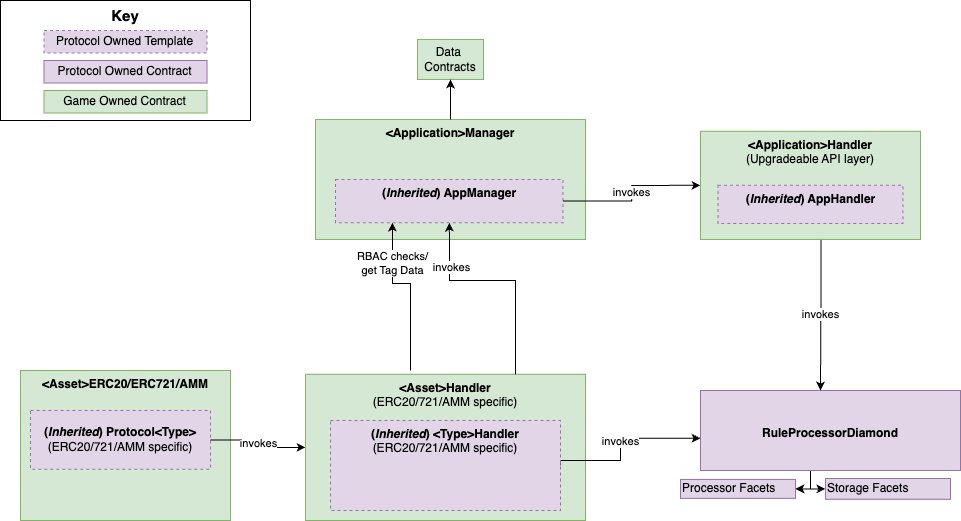
Before: docs/userGuides/images/ExampleDeployment.png, a diagram exported from draw.io (thrackle-io/rules-engine). Source tidied: cells renumbered, new cells last; positions are measured from the earlier drawing's top-left corner, leaving out a move shared by most shapes.
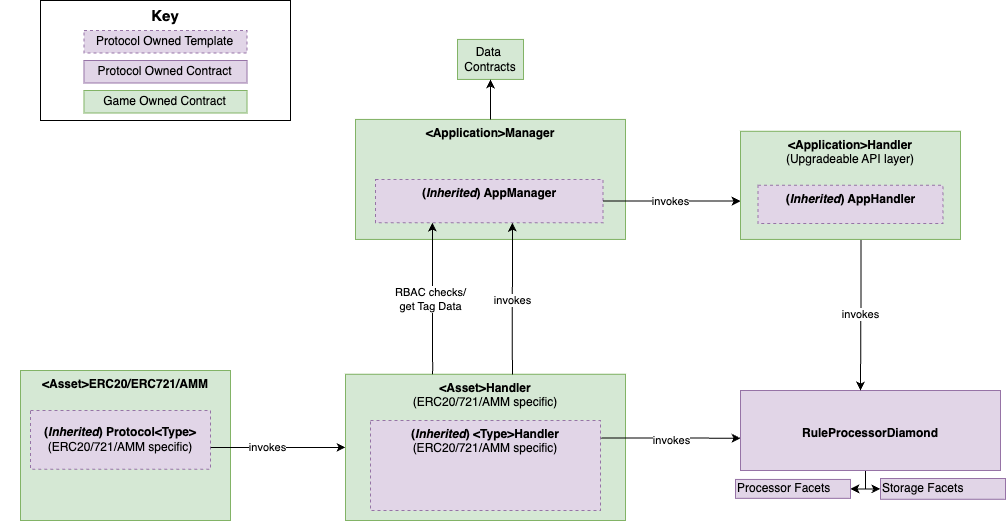
The same file after the commit.

What changed in the source:
```diff
@@ -5,17 +5,19 @@
     <mxCell id="2" value="&lt;div style=&quot;&quot;&gt;&lt;b style=&quot;background-color: initial;&quot;&gt;&amp;lt;Asset&amp;gt;Handler&lt;/b&gt;&lt;/div&gt;&lt;div style=&quot;&quot;&gt;&lt;span style=&quot;background-color: initial;&quot;&gt;(ERC20/721/AMM specific)&lt;/span&gt;&lt;/div&gt;" style="rounded=0;whiteSpace=wrap;html=1;fillColor=#d5e8d4;strokeColor=#82b366;align=center;verticalAlign=top;" parent="1" vertex="1">
       <mxGeometry x="305" y="373.8" width="280" height="146.2" as="geometry" />
     </mxCell>
-    <mxCell id="3" style="edgeStyle=orthogonalEdgeStyle;rounded=0;jettySize=auto;html=1;entryX=1;entryY=0.5;entryDx=0;entryDy=0;" parent="1" edge="1" source="5" target="7">
+    <mxCell id="3" style="edgeStyle=orthogonalEdgeStyle;rounded=0;jettySize=auto;html=1;entryX=1;entryY=0.5;entryDx=0;entryDy=0;" parent="1" edge="1" target="7">
       <mxGeometry relative="1" as="geometry">
+        <mxPoint x="825" y="470" as="sourcePoint" />
         <Array as="points">
-          <mxPoint x="810" y="488.9" />
+          <mxPoint x="825" y="488.9" />
         </Array>
       </mxGeometry>
     </mxCell>
-    <mxCell id="4" style="edgeStyle=orthogonalEdgeStyle;rounded=0;jettySize=auto;html=1;entryX=0;entryY=0.5;entryDx=0;entryDy=0;" parent="1" edge="1" source="5" target="6">
+    <mxCell id="4" style="edgeStyle=orthogonalEdgeStyle;rounded=0;jettySize=auto;html=1;entryX=0;entryY=0.5;entryDx=0;entryDy=0;" parent="1" edge="1" target="6">
       <mxGeometry relative="1" as="geometry">
+        <mxPoint x="825" y="470" as="sourcePoint" />
         <Array as="points">
-          <mxPoint x="810" y="488.9" />
+          <mxPoint x="825" y="488.9" />
         </Array>
       </mxGeometry>
     </mxCell>
@@ -23,17 +25,15 @@
       <mxGeometry x="700" y="390" width="260" height="80" as="geometry" />
     </mxCell>
     <mxCell id="6" value="Storage Facets" style="rounded=0;whiteSpace=wrap;html=1;fillColor=#e1d5e7;strokeColor=#9673a6;align=left;" parent="1" vertex="1">
-      <mxGeometry x="825" y="478" width="125" height="20.8" as="geometry" />
+      <mxGeometry x="840" y="478" width="125" height="20.8" as="geometry" />
     </mxCell>
     <mxCell id="7" value="Processor Facets&amp;nbsp;" style="rounded=0;whiteSpace=wrap;html=1;fillColor=#e1d5e7;strokeColor=#9673a6;align=left;" parent="1" vertex="1">
-      <mxGeometry x="680" y="478.9" width="115" height="18.9" as="geometry" />
+      <mxGeometry x="695" y="478.9" width="115" height="18.9" as="geometry" />
     </mxCell>
-    <mxCell id="8" value="invokes" style="edgeStyle=orthogonalEdgeStyle;rounded=0;jettySize=auto;html=1;exitX=1;exitY=0.5;exitDx=0;exitDy=0;entryX=0;entryY=0.597;entryDx=0;entryDy=0;entryPerimeter=0;" parent="1" edge="1" source="9" target="5">
-      <mxGeometry relative="1" as="geometry">
+    <mxCell id="8" value="invokes" style="edgeStyle=orthogonalEdgeStyle;rounded=0;jettySize=auto;html=1;entryX=0;entryY=0.597;entryDx=0;entryDy=0;entryPerimeter=0;exitX=1.003;exitY=0.193;exitDx=0;exitDy=0;exitPerimeter=0;" parent="1" edge="1" source="9" target="5">
+      <mxGeometry y="-3" relative="1" as="geometry">
         <Array as="points">
-          <mxPoint x="560" y="460" />
-          <mxPoint x="620" y="460" />
-          <mxPoint x="620" y="438" />
+          <mxPoint x="620" y="437" />
         </Array>
       </mxGeometry>
     </mxCell>
@@ -56,7 +56,7 @@
       <mxGeometry x="43.5" y="90" width="163" height="22.5" as="geometry" />
     </mxCell>
     <mxCell id="15" style="group;" parent="1" vertex="1">
-      <mxGeometry y="330" width="230" height="190" as="geometry" />
+      <mxGeometry x="-40" y="330" width="230" height="190" as="geometry" />
     </mxCell>
     <mxCell id="16" value="&amp;lt;Asset&amp;gt;ERC20/ERC721/AMM" style="rounded=0;whiteSpace=wrap;html=1;fillColor=#d5e8d4;strokeColor=#82b366;fontStyle=1;verticalAlign=top;align=center;" parent="15" vertex="1">
       <mxGeometry x="20" y="40" width="210" height="150" as="geometry" />
@@ -64,8 +64,8 @@
     <mxCell id="17" value="&lt;div style=&quot;&quot;&gt;&lt;b style=&quot;background-color: initial;&quot;&gt;(&lt;i&gt;Inherited&lt;/i&gt;) Protocol&amp;lt;Type&amp;gt;&lt;br&gt;&lt;/b&gt;(ERC20/721/AMM specific)&lt;/div&gt;" style="rounded=0;whiteSpace=wrap;html=1;fillColor=#e1d5e7;strokeColor=#9673a6;align=center;dashed=1;" parent="15" vertex="1">
       <mxGeometry x="30" y="80" width="180" height="58.8" as="geometry" />
     </mxCell>
-    <mxCell id="18" value="invokes" style="edgeStyle=orthogonalEdgeStyle;rounded=0;jettySize=auto;html=1;entryX=0;entryY=0.5;entryDx=0;entryDy=0;exitX=1;exitY=0.5;exitDx=0;exitDy=0;" parent="1" edge="1" source="17" target="2">
-      <mxGeometry relative="1" as="geometry" />
+    <mxCell id="18" value="invokes" style="edgeStyle=orthogonalEdgeStyle;rounded=0;jettySize=auto;html=1;entryX=0;entryY=0.5;entryDx=0;entryDy=0;exitX=1.001;exitY=0.63;exitDx=0;exitDy=0;exitPerimeter=0;" parent="1" edge="1" source="17" target="2">
+      <mxGeometry x="-0.16" relative="1" as="geometry" />
     </mxCell>
     <mxCell id="19" style="group;" parent="1" vertex="1">
       <mxGeometry x="305" y="38.9" width="280" height="200" as="geometry" />
@@ -76,33 +76,27 @@
     <mxCell id="21" value="&lt;div style=&quot;&quot;&gt;&lt;b style=&quot;background-color: initial;&quot;&gt;(&lt;i&gt;Inherited&lt;/i&gt;) AppManager&lt;/b&gt;&lt;/div&gt;" style="rounded=0;whiteSpace=wrap;html=1;fillColor=#e1d5e7;strokeColor=#9673a6;align=center;verticalAlign=top;dashed=1;" parent="19" vertex="1">
       <mxGeometry x="30" y="140" width="227.5" height="43.2" as="geometry" />
     </mxCell>
-    <mxCell id="22" value="invokes" style="edgeStyle=orthogonalEdgeStyle;rounded=0;jettySize=auto;html=1;entryX=0.5;entryY=1;entryDx=0;entryDy=0;exitX=0.75;exitY=0;exitDx=0;exitDy=0;" parent="19" edge="1" source="2" target="21">
-      <mxGeometry x="0.59" y="-2" relative="1" as="geometry">
-        <Array as="points">
-          <mxPoint x="210" y="241" />
-          <mxPoint x="144" y="241" />
-          <mxPoint x="144" y="201" />
-        </Array>
-      </mxGeometry>
-    </mxCell>
     <mxCell id="23" value="Data&amp;nbsp;&lt;br&gt;Contracts" style="rounded=0;whiteSpace=wrap;html=1;fillColor=#d5e8d4;strokeColor=#82b366;" parent="19" vertex="1">
       <mxGeometry x="112" width="66" height="40" as="geometry" />
     </mxCell>
     <mxCell id="24" style="edgeStyle=orthogonalEdgeStyle;rounded=0;jettySize=auto;html=1;entryX=0.5;entryY=1;entryDx=0;entryDy=0;" parent="19" edge="1" source="20" target="23">
       <mxGeometry relative="1" as="geometry" />
     </mxCell>
-    <mxCell id="25" value="RBAC checks/&lt;br&gt;get Tag Data" style="edgeStyle=orthogonalEdgeStyle;rounded=0;jettySize=auto;html=1;entryX=0.25;entryY=1;entryDx=0;entryDy=0;" parent="1" edge="1" target="21">
-      <mxGeometry x="0.5" relative="1" as="geometry">
-        <mxPoint x="410" y="370" as="sourcePoint" />
+    <mxCell id="25" value="RBAC checks/&lt;br&gt;get Tag Data" style="edgeStyle=orthogonalEdgeStyle;rounded=0;jettySize=auto;html=1;entryX=0.25;entryY=1;entryDx=0;entryDy=0;exitX=0.311;exitY=0;exitDx=0;exitDy=0;exitPerimeter=0;" parent="1" edge="1" source="2" target="21">
+      <mxGeometry x="-0.03" y="2" relative="1" as="geometry">
         <Array as="points">
-          <mxPoint x="410" y="370" />
-          <mxPoint x="410" y="283" />
-          <mxPoint x="383" y="283" />
+          <mxPoint x="392" y="370" />
+          <mxPoint x="392" y="370" />
         </Array>
       </mxGeometry>
     </mxCell>
-    <mxCell id="26" value="invokes" style="edgeStyle=orthogonalEdgeStyle;rounded=0;jettySize=auto;html=1;exitX=1;exitY=0.5;exitDx=0;exitDy=0;entryX=0;entryY=0.5;entryDx=0;entryDy=0;" parent="1" edge="1" source="21" target="29">
-      <mxGeometry relative="1" as="geometry" />
+    <mxCell id="26" value="invokes" style="edgeStyle=orthogonalEdgeStyle;rounded=0;jettySize=auto;html=1;exitX=1;exitY=0.5;exitDx=0;exitDy=0;" parent="1" edge="1" source="21" target="29">
+      <mxGeometry x="-0.02" relative="1" as="geometry">
+        <Array as="points">
+          <mxPoint x="670" y="200" />
+          <mxPoint x="670" y="200" />
+        </Array>
+      </mxGeometry>
     </mxCell>
     <mxCell id="27" value="invokes" style="edgeStyle=orthogonalEdgeStyle;rounded=0;jettySize=auto;html=1;exitX=0.548;exitY=0.981;exitDx=0;exitDy=0;exitPerimeter=0;" parent="1" edge="1" source="29">
       <mxGeometry relative="1" as="geometry">
@@ -121,5 +115,10 @@
     <mxCell id="30" value="&lt;div style=&quot;&quot;&gt;&lt;b style=&quot;background-color: initial;&quot;&gt;(&lt;i&gt;Inherited&lt;/i&gt;) AppHandler&lt;/b&gt;&lt;/div&gt;" style="rounded=0;whiteSpace=wrap;html=1;fillColor=#e1d5e7;strokeColor=#9673a6;align=center;verticalAlign=top;dashed=1;" parent="28" vertex="1">
       <mxGeometry x="37.5" y="120" width="185" height="38.3" as="geometry" />
     </mxCell>
+    <mxCell id="22" value="invokes" style="edgeStyle=orthogonalEdgeStyle;rounded=0;jettySize=auto;html=1;entryX=0.602;entryY=1.072;entryDx=0;entryDy=0;entryPerimeter=0;exitX=0.596;exitY=0.002;exitDx=0;exitDy=0;exitPerimeter=0;" parent="1" edge="1" source="2">
+      <mxGeometry x="-0.03" relative="1" as="geometry">
+        <mxPoint x="472" y="222.2" as="targetPoint" />
+      </mxGeometry>
+    </mxCell>
   </root>
 </mxGraphModel>
```
